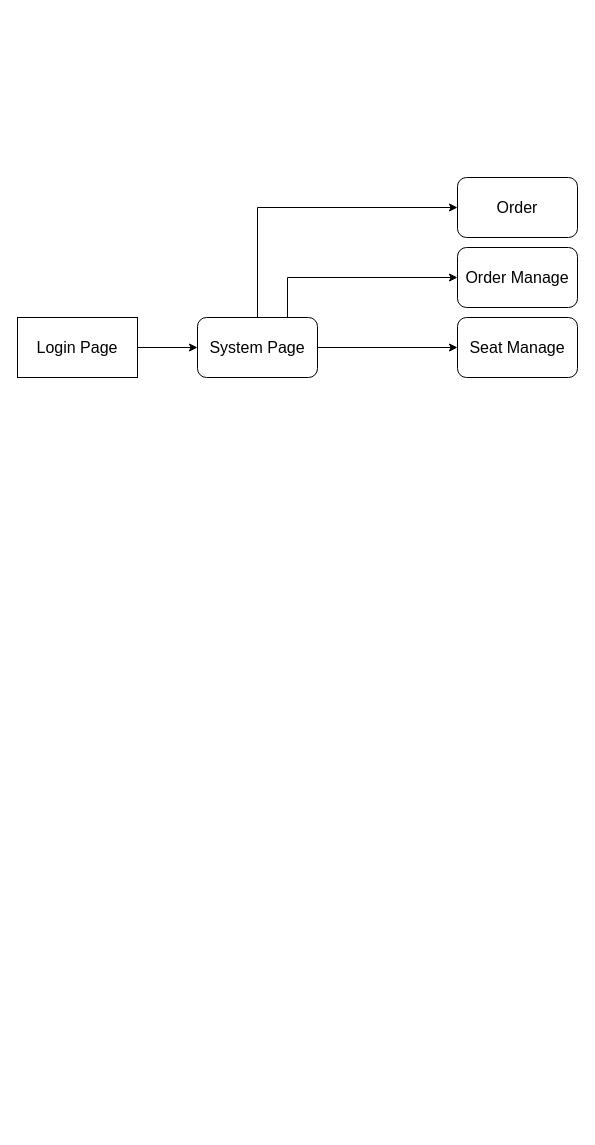
Before: Untitled Diagram.drawio in JeffLiHK/java-tool, a draw.io diagram. Source tidied: cells renumbered, new cells numbered last; positions are measured from the earlier drawing's top-left corner, leaving out a move shared by most shapes. Both pictures are drawn from the tidied source at 100%, with x=0, y=0 at pixel (17, 177).
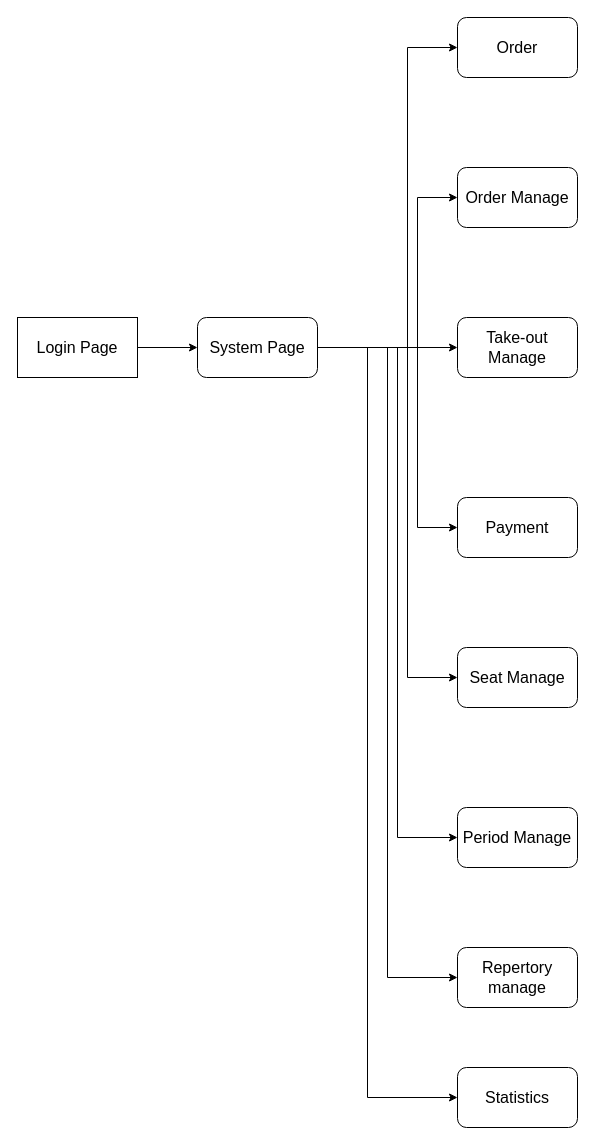
The same diagram, later.

Commit message:
POS page frame design

Unchanged cells that the change refers to:
```xml
<mxCell id="9" value="System Page" style="rounded=1;whiteSpace=wrap;html=1;fontSize=16;" parent="1" vertex="1">
  <mxGeometry x="180" y="140" width="120" height="60" as="geometry" />
</mxCell>
```

The edit, as a diff of the source:
```diff
@@
     <mxCell id="2" value="Order" style="whiteSpace=wrap;html=1;rounded=1;fontSize=16;" parent="1" vertex="1">
-      <mxGeometry x="440" width="120" height="60" as="geometry" />
+      <mxGeometry x="440" y="-160" width="120" height="60" as="geometry" />
     </mxCell>
     <mxCell id="3" value="Order Manage" style="whiteSpace=wrap;html=1;rounded=1;fontSize=16;" parent="1" vertex="1">
-      <mxGeometry x="440" y="70" width="120" height="60" as="geometry" />
+      <mxGeometry x="440" y="-10" width="120" height="60" as="geometry" />
     </mxCell>
@@
     <mxCell id="6" style="edgeStyle=orthogonalEdgeStyle;rounded=0;jettySize=auto;html=1;entryX=0;entryY=0.5;entryDx=0;entryDy=0;fontSize=16;" parent="1" edge="1" source="9" target="2">
       <mxGeometry relative="1" as="geometry">
         <Array as="points">
-          <mxPoint x="240" y="30" />
+          <mxPoint x="390" y="170" />
+          <mxPoint x="390" y="-130" />
         </Array>
       </mxGeometry>
     </mxCell>
-    <mxCell id="7" style="edgeStyle=orthogonalEdgeStyle;rounded=0;jettySize=auto;html=1;exitX=0.75;exitY=0;exitDx=0;exitDy=0;entryX=0;entryY=0.5;entryDx=0;entryDy=0;fontSize=16;" parent="1" edge="1" source="9" target="3">
+    <mxCell id="7" style="edgeStyle=orthogonalEdgeStyle;rounded=0;jettySize=auto;html=1;entryX=0;entryY=0.5;entryDx=0;entryDy=0;fontSize=16;" parent="1" edge="1" target="3">
       <mxGeometry relative="1" as="geometry">
+        <mxPoint x="400" y="170" as="sourcePoint" />
         <Array as="points">
-          <mxPoint x="270" y="100" />
+          <mxPoint x="400" y="20" />
         </Array>
       </mxGeometry>
     </mxCell>
@@
+    <mxCell id="11" style="edgeStyle=orthogonalEdgeStyle;rounded=0;jettySize=auto;html=1;fontSize=16;entryX=0;entryY=0.5;entryDx=0;entryDy=0;" parent="1" edge="1" source="9" target="16">
+      <mxGeometry relative="1" as="geometry">
+        <Array as="points">
+          <mxPoint x="400" y="170" />
+          <mxPoint x="400" y="350" />
+        </Array>
+      </mxGeometry>
+    </mxCell>
+    <mxCell id="12" style="edgeStyle=orthogonalEdgeStyle;rounded=0;jettySize=auto;html=1;fontSize=16;" parent="1" edge="1" source="9" target="17">
+      <mxGeometry relative="1" as="geometry">
+        <Array as="points">
+          <mxPoint x="390" y="170" />
+          <mxPoint x="390" y="500" />
+        </Array>
+      </mxGeometry>
+    </mxCell>
+    <mxCell id="13" style="edgeStyle=orthogonalEdgeStyle;rounded=0;jettySize=auto;html=1;fontSize=16;" parent="1" edge="1" source="9" target="18">
+      <mxGeometry relative="1" as="geometry">
+        <Array as="points">
+          <mxPoint x="380" y="170" />
+          <mxPoint x="380" y="660" />
+        </Array>
+      </mxGeometry>
+    </mxCell>
+    <mxCell id="14" style="edgeStyle=orthogonalEdgeStyle;rounded=0;jettySize=auto;html=1;fontSize=16;" parent="1" edge="1" source="9" target="19">
+      <mxGeometry relative="1" as="geometry">
+        <Array as="points">
+          <mxPoint x="370" y="170" />
+          <mxPoint x="370" y="800" />
+        </Array>
+      </mxGeometry>
+    </mxCell>
+    <mxCell id="15" style="edgeStyle=orthogonalEdgeStyle;rounded=0;jettySize=auto;html=1;fontSize=16;" parent="1" edge="1" source="9" target="20">
+      <mxGeometry relative="1" as="geometry">
+        <Array as="points">
+          <mxPoint x="350" y="170" />
+          <mxPoint x="350" y="920" />
+        </Array>
+      </mxGeometry>
+    </mxCell>
@@
-    <mxCell id="10" value="Seat Manage" style="whiteSpace=wrap;html=1;rounded=1;fontSize=16;" parent="1" vertex="1">
+    <mxCell id="10" value="&lt;span&gt;Take-out Manage&lt;/span&gt;" style="whiteSpace=wrap;html=1;rounded=1;fontSize=16;" parent="1" vertex="1">
       <mxGeometry x="440" y="140" width="120" height="60" as="geometry" />
     </mxCell>
+    <mxCell id="16" value="Payment" style="whiteSpace=wrap;html=1;rounded=1;fontSize=16;" parent="1" vertex="1">
+      <mxGeometry x="440" y="320" width="120" height="60" as="geometry" />
+    </mxCell>
+    <mxCell id="17" value="&lt;span&gt;Seat Manage&lt;/span&gt;" style="whiteSpace=wrap;html=1;rounded=1;fontSize=16;" parent="1" vertex="1">
+      <mxGeometry x="440" y="470" width="120" height="60" as="geometry" />
+    </mxCell>
+    <mxCell id="18" value="&lt;span&gt;Period Manage&lt;/span&gt;" style="whiteSpace=wrap;html=1;rounded=1;fontSize=16;" parent="1" vertex="1">
+      <mxGeometry x="440" y="630" width="120" height="60" as="geometry" />
+    </mxCell>
+    <mxCell id="19" value="&lt;span&gt;Repertory manage&lt;/span&gt;" style="whiteSpace=wrap;html=1;rounded=1;fontSize=16;" parent="1" vertex="1">
+      <mxGeometry x="440" y="770" width="120" height="60" as="geometry" />
+    </mxCell>
+    <mxCell id="20" value="Statistics" style="whiteSpace=wrap;html=1;rounded=1;fontSize=16;" parent="1" vertex="1">
+      <mxGeometry x="440" y="890" width="120" height="60" as="geometry" />
+    </mxCell>
```
